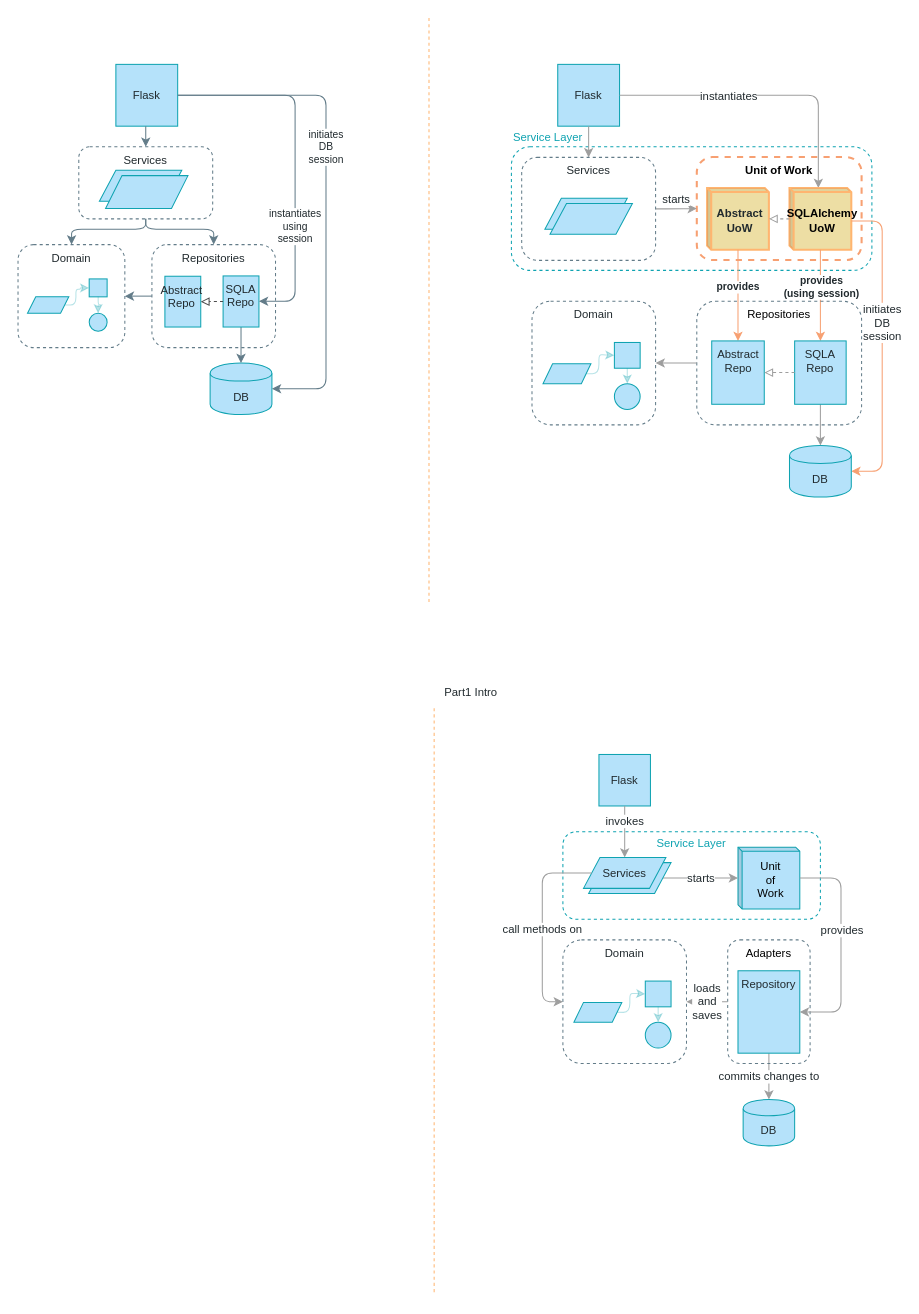
Above: page "Chapter 6" (4 of 11) of maps.drawio in cosmicpython/book (draw.io), before the change. Source tidied: cells renumbered, new cells numbered last; positions are measured from the earlier drawing's top-left corner, leaving out a move shared by most shapes. Both pictures are drawn from the tidied source at 103%, with x=0, y=0 at pixel (18, 18).
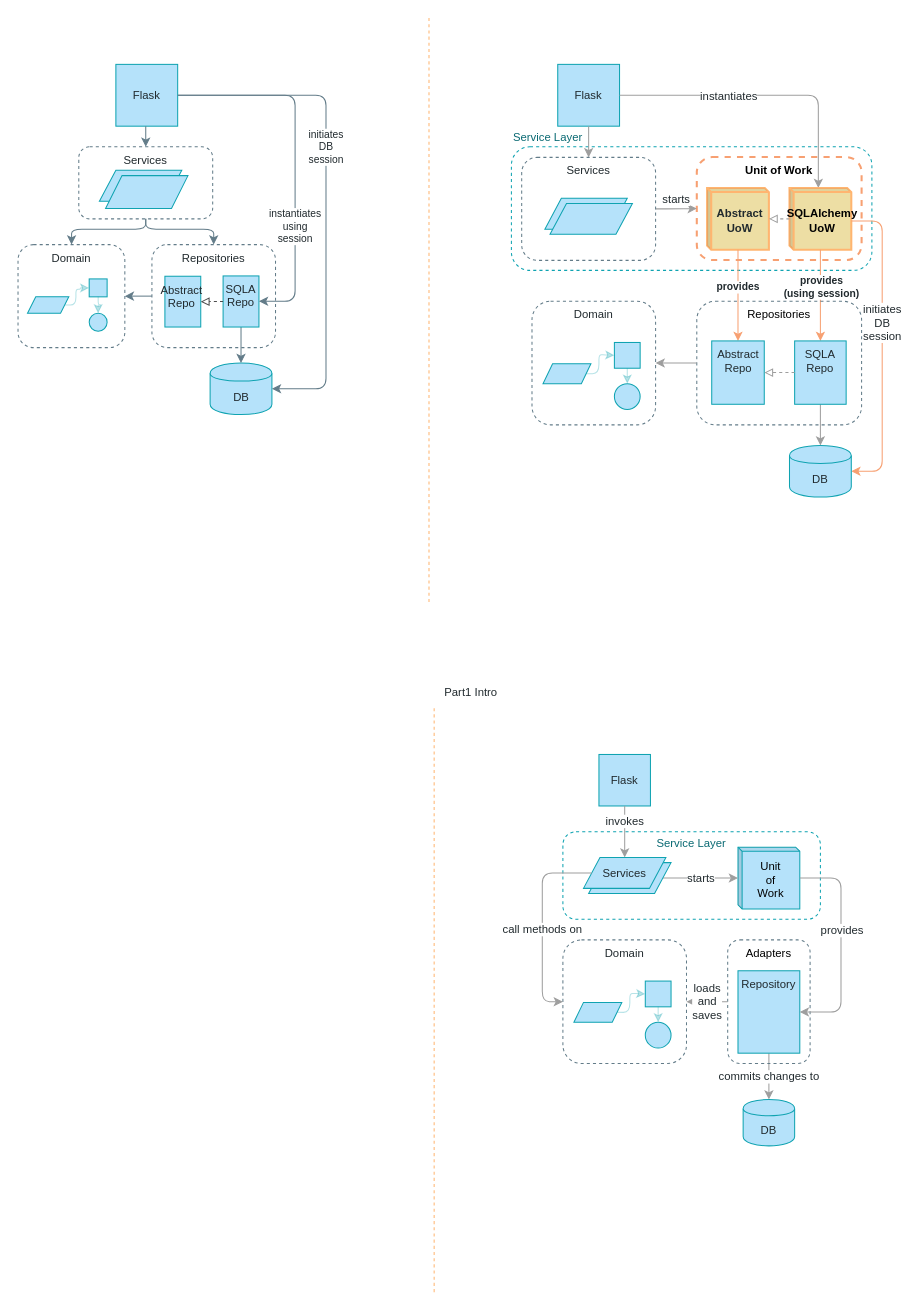
Above is the later version.

Change to the diagram source:
```diff
@@
-    <mxCell id="23" value="Service Layer" style="rounded=1;whiteSpace=wrap;html=1;shadow=0;dashed=1;fontFamily=Guardian Sans Cond Light;fontSize=11;fontColor=#0FA3B1;align=left;strokeColor=#0FA3B1;gradientColor=#ffffff;fillColor=none;labelPosition=center;verticalLabelPosition=top;verticalAlign=bottom;" parent="1" vertex="1">
+    <mxCell id="23" value="Service Layer" style="rounded=1;whiteSpace=wrap;html=1;shadow=0;dashed=1;fontFamily=Guardian Sans Cond Light;fontSize=11;fontColor=#0A6A73;align=left;strokeColor=#0FA3B1;gradientColor=#ffffff;fillColor=none;labelPosition=center;verticalLabelPosition=top;verticalAlign=bottom;" parent="1" vertex="1">
       <mxGeometry x="479" y="125" width="350" height="120" as="geometry" />
     </mxCell>
@@
-    <mxCell id="44" value="Service Layer" style="rounded=1;whiteSpace=wrap;html=1;shadow=0;dashed=1;fontFamily=Guardian Sans Cond Light;fontSize=11;fontColor=#0FA3B1;align=center;strokeColor=#0FA3B1;gradientColor=#ffffff;fillColor=none;labelPosition=center;verticalLabelPosition=middle;verticalAlign=top;spacing=0;" parent="1" vertex="1">
+    <mxCell id="44" value="Service Layer" style="rounded=1;whiteSpace=wrap;html=1;shadow=0;dashed=1;fontFamily=Guardian Sans Cond Light;fontSize=11;fontColor=#0A6A73;align=center;strokeColor=#0FA3B1;gradientColor=#ffffff;fillColor=none;labelPosition=center;verticalLabelPosition=middle;verticalAlign=top;spacing=0;" parent="1" vertex="1">
       <mxGeometry x="529" y="790" width="250" height="85" as="geometry" />
     </mxCell>
```
